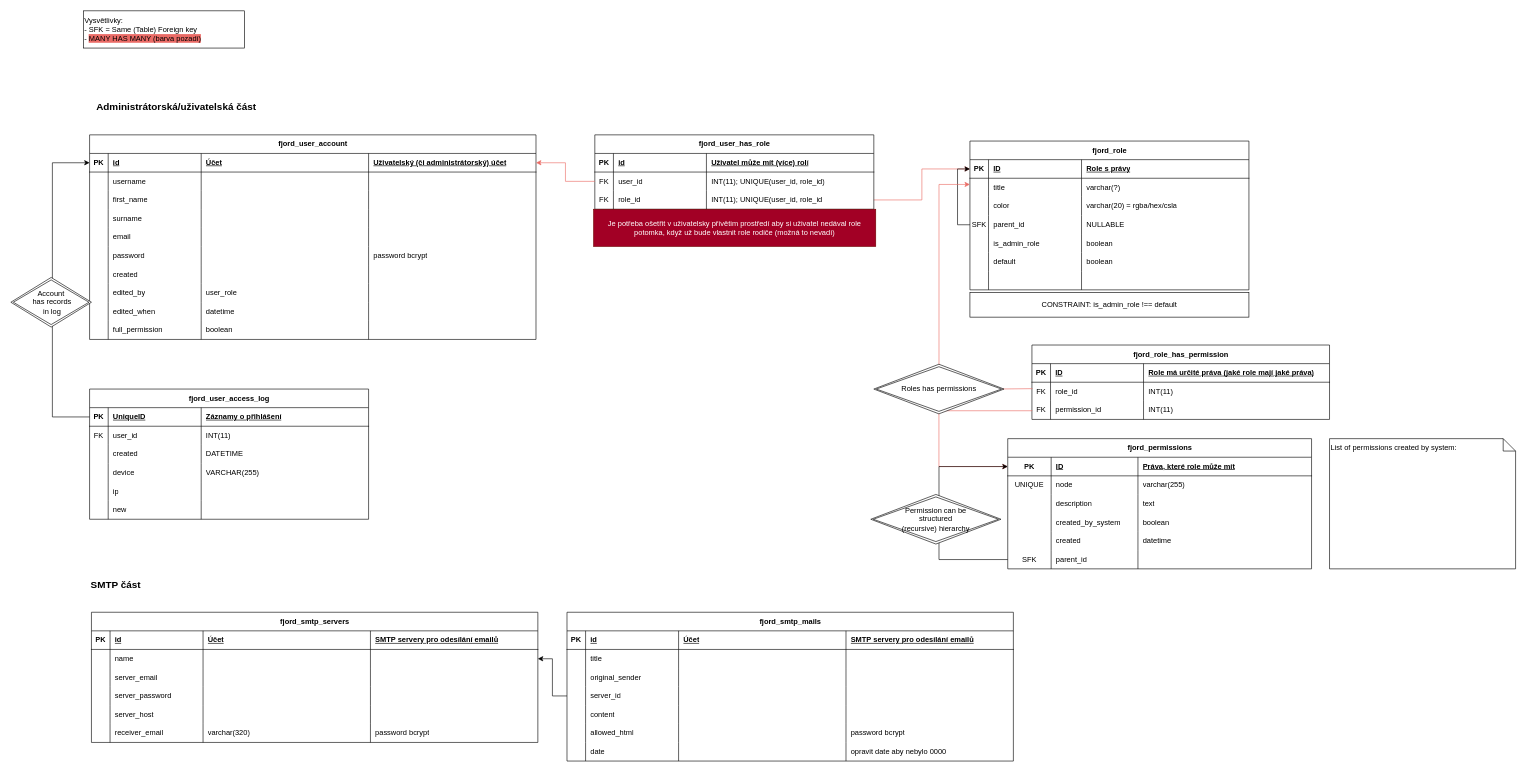
Above: diagrams/drawio/er-model.drawio in MilanTuryna/fjord-cms (draw.io), before the change. Source tidied: cells renumbered, new cells numbered last; positions are measured from the earlier drawing's top-left corner, leaving out a move shared by most shapes. Both pictures are drawn from the tidied source at 62%, with x=0, y=0 at pixel (11, 11).
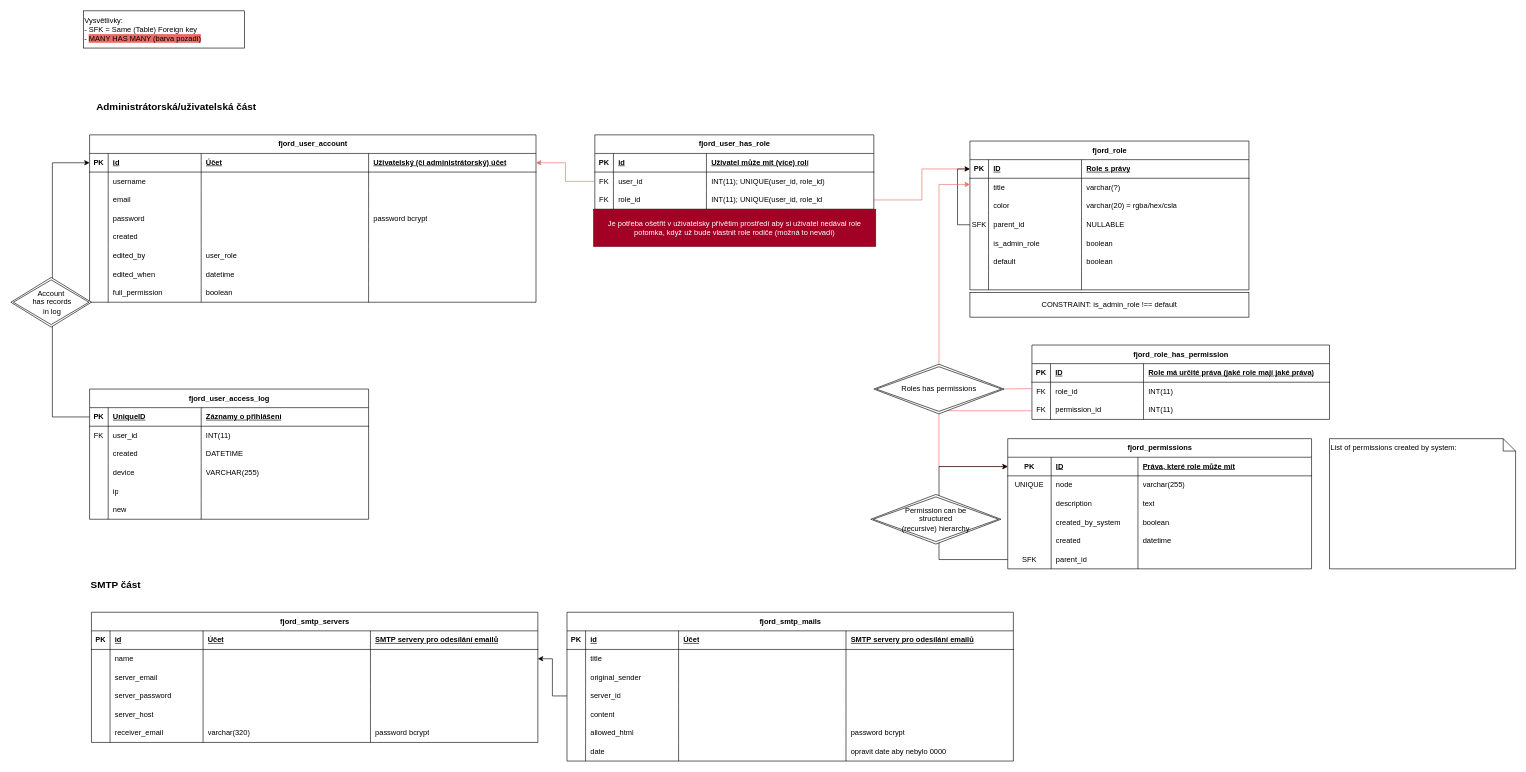
The same page after the edit.

What changed in the source:
```diff
@@
     <mxCell id="3" value="fjord_user_account" style="shape=table;startSize=30;childLayout=tableLayout;rowLines=0;fontStyle=1;align=center;html=1;" parent="1" vertex="1">
-      <mxGeometry x="127" y="200" width="720" height="330" as="geometry" />
+      <mxGeometry x="127" y="200" width="720" height="270" as="geometry" />
     </mxCell>
@@
-    <mxCell id="14" style="shape=tableRow;horizontal=0;startSize=0;swimlaneHead=0;swimlaneBody=0;fillColor=none;top=0;left=0;right=0;bottom=0;" parent="3" vertex="1">
-      <mxGeometry y="90" width="720" height="30" as="geometry" />
-    </mxCell>
-    <mxCell id="15" style="shape=partialRectangle;fillColor=none;top=0;left=0;bottom=0;right=0;overflow=hidden;whiteSpace=wrap;html=1;" parent="14" vertex="1">
-      <mxGeometry width="30" height="30" as="geometry" />
-    </mxCell>
-    <mxCell id="16" value="first_name" style="shape=partialRectangle;fillColor=none;top=0;left=0;bottom=0;right=0;align=left;spacingLeft=6;overflow=hidden;whiteSpace=wrap;html=1;" parent="14" vertex="1">
-      <mxGeometry x="30" width="150" height="30" as="geometry" />
-    </mxCell>
-    <mxCell id="17" style="shape=partialRectangle;fillColor=none;top=0;left=0;bottom=0;right=0;align=left;spacingLeft=6;overflow=hidden;whiteSpace=wrap;html=1;" parent="14" vertex="1">
-      <mxGeometry x="180" width="270" height="30" as="geometry" />
-    </mxCell>
-    <mxCell id="18" style="shape=partialRectangle;fillColor=none;top=0;left=0;bottom=0;right=0;align=left;spacingLeft=6;overflow=hidden;whiteSpace=wrap;html=1;" parent="14" vertex="1">
-      <mxGeometry x="450" width="270" height="30" as="geometry" />
-    </mxCell>
-    <mxCell id="19" style="shape=tableRow;horizontal=0;startSize=0;swimlaneHead=0;swimlaneBody=0;fillColor=none;top=0;left=0;right=0;bottom=0;" parent="3" vertex="1">
-      <mxGeometry y="120" width="720" height="30" as="geometry" />
-    </mxCell>
-    <mxCell id="20" style="shape=partialRectangle;fillColor=none;top=0;left=0;bottom=0;right=0;overflow=hidden;whiteSpace=wrap;html=1;" parent="19" vertex="1">
-      <mxGeometry width="30" height="30" as="geometry" />
-    </mxCell>
-    <mxCell id="21" value="surname" style="shape=partialRectangle;fillColor=none;top=0;left=0;bottom=0;right=0;align=left;spacingLeft=6;overflow=hidden;whiteSpace=wrap;html=1;" parent="19" vertex="1">
-      <mxGeometry x="30" width="150" height="30" as="geometry" />
-    </mxCell>
-    <mxCell id="22" style="shape=partialRectangle;fillColor=none;top=0;left=0;bottom=0;right=0;align=left;spacingLeft=6;overflow=hidden;whiteSpace=wrap;html=1;" parent="19" vertex="1">
-      <mxGeometry x="180" width="270" height="30" as="geometry" />
-    </mxCell>
-    <mxCell id="23" style="shape=partialRectangle;fillColor=none;top=0;left=0;bottom=0;right=0;align=left;spacingLeft=6;overflow=hidden;whiteSpace=wrap;html=1;" parent="19" vertex="1">
-      <mxGeometry x="450" width="270" height="30" as="geometry" />
-    </mxCell>
     <mxCell id="24" style="shape=tableRow;horizontal=0;startSize=0;swimlaneHead=0;swimlaneBody=0;fillColor=none;top=0;left=0;right=0;bottom=0;" parent="3" vertex="1">
-      <mxGeometry y="150" width="720" height="30" as="geometry" />
+      <mxGeometry y="90" width="720" height="30" as="geometry" />
     </mxCell>
@@
     <mxCell id="29" style="shape=tableRow;horizontal=0;startSize=0;swimlaneHead=0;swimlaneBody=0;fillColor=none;top=0;left=0;right=0;bottom=0;" parent="3" vertex="1">
-      <mxGeometry y="180" width="720" height="30" as="geometry" />
+      <mxGeometry y="120" width="720" height="30" as="geometry" />
     </mxCell>
@@
     <mxCell id="34" style="shape=tableRow;horizontal=0;startSize=0;swimlaneHead=0;swimlaneBody=0;fillColor=none;top=0;left=0;right=0;bottom=0;" parent="3" vertex="1">
-      <mxGeometry y="210" width="720" height="30" as="geometry" />
+      <mxGeometry y="150" width="720" height="30" as="geometry" />
     </mxCell>
@@
     <mxCell id="39" style="shape=tableRow;horizontal=0;startSize=0;swimlaneHead=0;swimlaneBody=0;fillColor=none;top=0;left=0;right=0;bottom=0;" parent="3" vertex="1">
-      <mxGeometry y="240" width="720" height="30" as="geometry" />
+      <mxGeometry y="180" width="720" height="30" as="geometry" />
     </mxCell>
@@
     <mxCell id="44" style="shape=tableRow;horizontal=0;startSize=0;swimlaneHead=0;swimlaneBody=0;fillColor=none;top=0;left=0;right=0;bottom=0;" parent="3" vertex="1">
-      <mxGeometry y="270" width="720" height="30" as="geometry" />
+      <mxGeometry y="210" width="720" height="30" as="geometry" />
     </mxCell>
@@
     <mxCell id="49" style="shape=tableRow;horizontal=0;startSize=0;swimlaneHead=0;swimlaneBody=0;fillColor=none;top=0;left=0;right=0;bottom=0;" parent="3" vertex="1">
-      <mxGeometry y="300" width="720" height="30" as="geometry" />
+      <mxGeometry y="240" width="720" height="30" as="geometry" />
     </mxCell>
```
